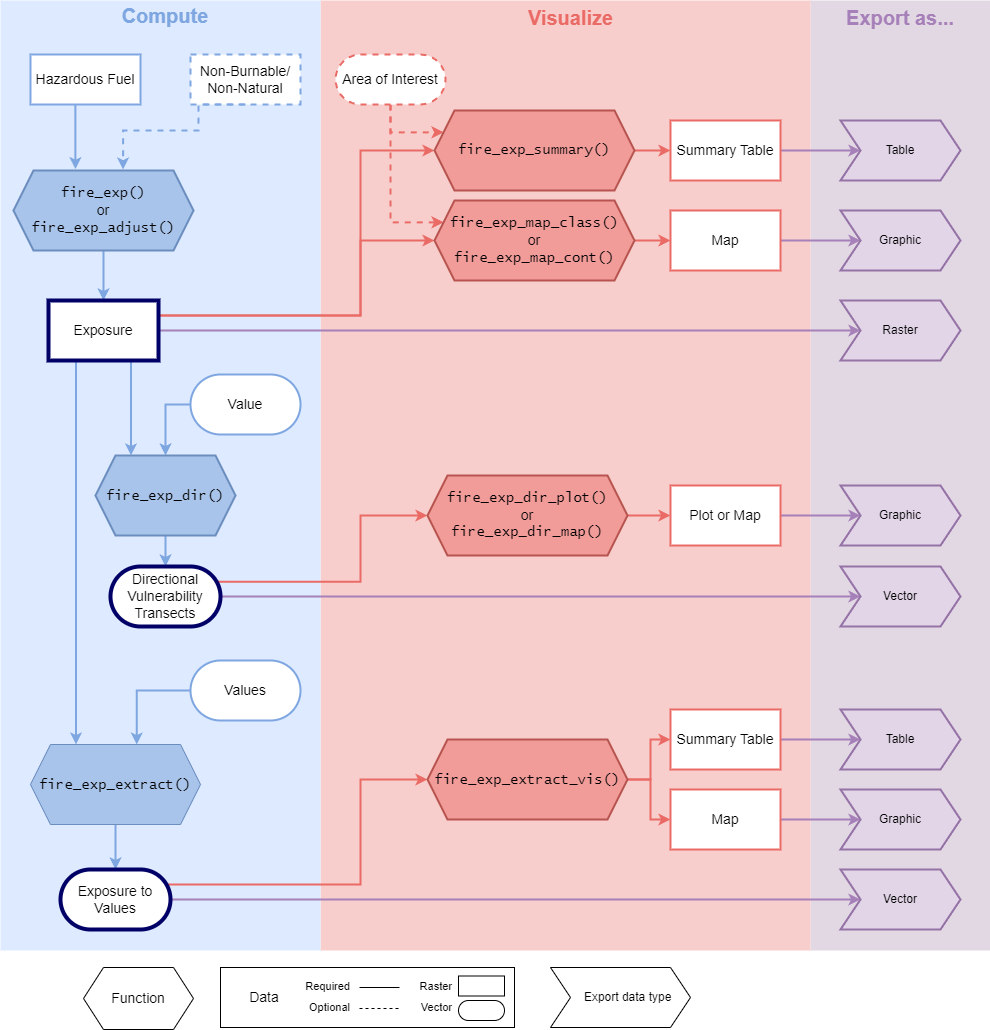
Before: paper/flowchart.png, a diagram exported from draw.io (ropensci/fireexposuR). Source tidied: cells renumbered, new cells last; positions are measured from the earlier drawing's top-left corner, leaving out a move shared by most shapes.
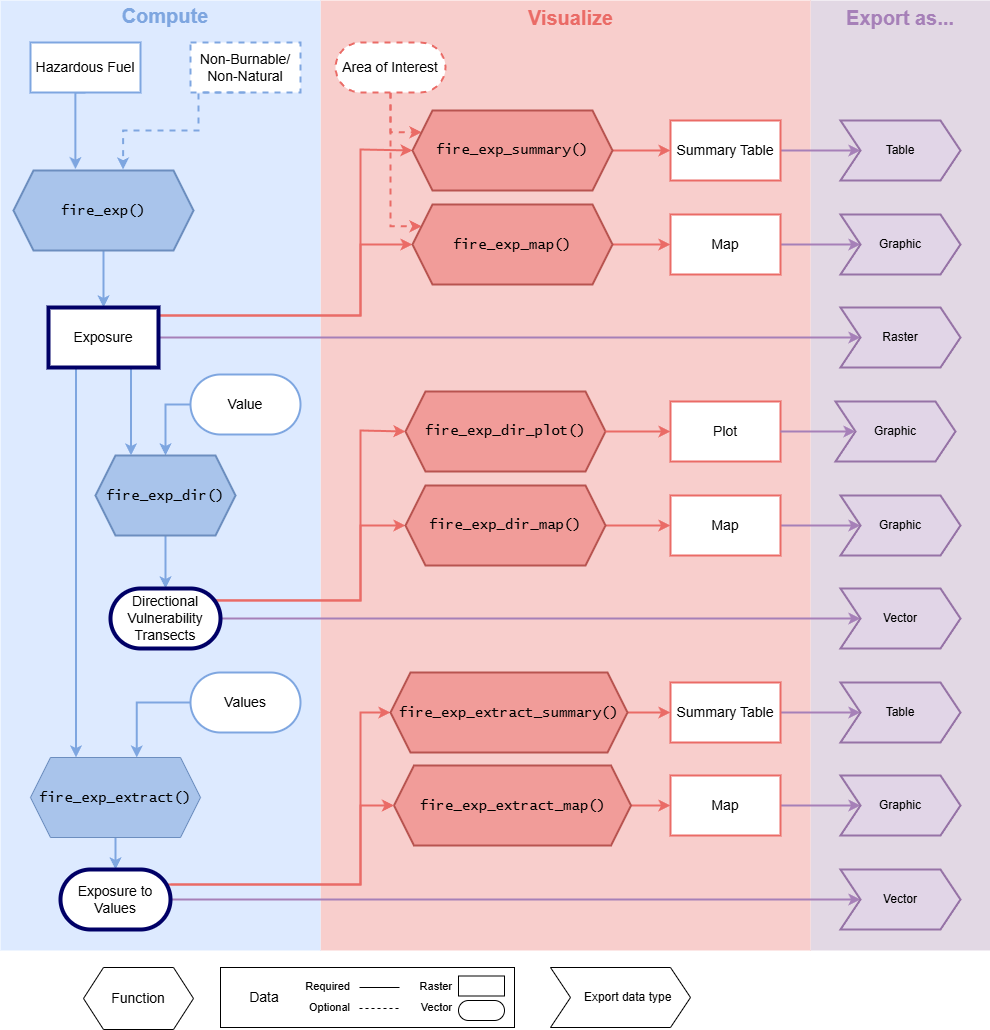
The same diagram one commit later.

Commit message:
update flowchart with new functions

What changed in the source:
```diff
@@ -16,3 +16,3 @@
         <Array as="points">
-          <mxPoint x="75" y="95" />
+          <mxPoint x="75" y="92" />
         </Array>
@@ -21,3 +21,3 @@
     <mxCell id="6" value="Hazardous Fuel" style="rounded=0;whiteSpace=wrap;html=1;strokeColor=#7EA6E0;fontSize=14;strokeWidth=2;gradientColor=none;gradientDirection=west;fillStyle=auto;arcSize=50;" parent="1" vertex="1">
-      <mxGeometry x="30" y="54" width="110" height="50" as="geometry" />
+      <mxGeometry x="30" y="42" width="110" height="50" as="geometry" />
     </mxCell>
@@ -26,4 +26,5 @@
         <Array as="points">
+          <mxPoint x="158" y="315" />
           <mxPoint x="360" y="315" />
-          <mxPoint x="360" y="150" />
+          <mxPoint x="360" y="149" />
         </Array>
@@ -34,4 +35,5 @@
         <Array as="points">
+          <mxPoint x="158" y="315" />
           <mxPoint x="360" y="315" />
-          <mxPoint x="360" y="240" />
+          <mxPoint x="360" y="244" />
         </Array>
@@ -56,3 +58,3 @@
     <mxCell id="12" value="Non-Burnable/ Non-Natural" style="rounded=0;whiteSpace=wrap;html=1;dashed=1;strokeColor=#7EA6E0;fontSize=14;strokeWidth=2;gradientColor=none;gradientDirection=west;fillStyle=auto;arcSize=36;" parent="1" vertex="1">
-      <mxGeometry x="190" y="54" width="110" height="50" as="geometry" />
+      <mxGeometry x="190" y="42" width="110" height="50" as="geometry" />
     </mxCell>
@@ -68,3 +70,3 @@
         <Array as="points">
-          <mxPoint x="390" y="222" />
+          <mxPoint x="390" y="226" />
         </Array>
@@ -73,3 +75,3 @@
     <mxCell id="15" value="Area of Interest" style="rounded=1;whiteSpace=wrap;html=1;dashed=1;strokeColor=#EA6B66;fontSize=14;strokeWidth=2;arcSize=50;" parent="1" vertex="1">
-      <mxGeometry x="335" y="54" width="110" height="50" as="geometry" />
+      <mxGeometry x="335" y="42" width="110" height="50" as="geometry" />
     </mxCell>
@@ -94,3 +96,3 @@
           <mxPoint x="360" y="884" />
-          <mxPoint x="360" y="779" />
+          <mxPoint x="360" y="712" />
         </Array>
@@ -111,3 +113,3 @@
     <mxCell id="25" value="Map" style="rounded=0;whiteSpace=wrap;html=1;strokeColor=#EA6B66;fontSize=14;strokeWidth=2;" parent="1" vertex="1">
-      <mxGeometry x="670" y="210" width="110" height="60" as="geometry" />
+      <mxGeometry x="670" y="214" width="110" height="60" as="geometry" />
     </mxCell>
@@ -123,3 +125,3 @@
     <mxCell id="29" value="Values" style="rounded=1;whiteSpace=wrap;html=1;strokeColor=#7EA6E0;fontSize=14;strokeWidth=2;arcSize=50;" parent="1" vertex="1">
-      <mxGeometry x="190" y="660" width="110" height="60" as="geometry" />
+      <mxGeometry x="190" y="672" width="110" height="60" as="geometry" />
     </mxCell>
@@ -128,4 +130,5 @@
         <Array as="points">
-          <mxPoint x="360" y="581" />
-          <mxPoint x="360" y="515" />
+          <mxPoint x="213" y="600" />
+          <mxPoint x="360" y="600" />
+          <mxPoint x="360" y="525" />
         </Array>
@@ -139,4 +142,4 @@
     </mxCell>
-    <mxCell id="33" value="&lt;font style=&quot;font-size: 14px;&quot;&gt;Plot or Map&lt;/font&gt;" style="rounded=0;whiteSpace=wrap;html=1;strokeColor=#EA6B66;strokeWidth=2;" parent="1" vertex="1">
-      <mxGeometry x="670" y="485" width="110" height="60" as="geometry" />
+    <mxCell id="33" value="&lt;font style=&quot;font-size: 14px;&quot;&gt;Map&lt;/font&gt;" style="rounded=0;whiteSpace=wrap;html=1;strokeColor=#EA6B66;strokeWidth=2;" parent="1" vertex="1">
+      <mxGeometry x="670" y="495" width="110" height="60" as="geometry" />
     </mxCell>
@@ -146,3 +149,3 @@
     <mxCell id="35" value="Summary Table" style="rounded=0;whiteSpace=wrap;html=1;strokeColor=#EA6B66;fontSize=14;strokeWidth=2;" parent="1" vertex="1">
-      <mxGeometry x="670" y="709" width="110" height="60" as="geometry" />
+      <mxGeometry x="670" y="682" width="110" height="60" as="geometry" />
     </mxCell>
@@ -152,3 +155,3 @@
     <mxCell id="37" value="Map" style="rounded=0;whiteSpace=wrap;html=1;strokeColor=#EA6B66;fontSize=14;strokeWidth=2;" parent="1" vertex="1">
-      <mxGeometry x="670" y="789" width="110" height="60" as="geometry" />
+      <mxGeometry x="670" y="775" width="110" height="60" as="geometry" />
     </mxCell>
@@ -170,3 +173,3 @@
     </mxCell>
-    <mxCell id="40" value="&lt;font face=&quot;Lucida Console&quot;&gt;fire_exp()&lt;/font&gt;&lt;div&gt;or&lt;/div&gt;&lt;div&gt;&lt;font face=&quot;Lucida Console&quot;&gt;fire_exp_adjust()&lt;/font&gt;&lt;/div&gt;" style="shape=hexagon;perimeter=hexagonPerimeter2;whiteSpace=wrap;html=1;fixedSize=1;fillColor=#A9C4EB;strokeColor=#6c8ebf;fontSize=14;strokeWidth=2;" parent="1" vertex="1">
+    <mxCell id="40" value="&lt;font face=&quot;Lucida Console&quot;&gt;fire_exp()&lt;/font&gt;" style="shape=hexagon;perimeter=hexagonPerimeter2;whiteSpace=wrap;html=1;fixedSize=1;fillColor=#A9C4EB;strokeColor=#6c8ebf;fontSize=14;strokeWidth=2;" parent="1" vertex="1">
       <mxGeometry x="13" y="170" width="180" height="80" as="geometry" />
@@ -183,22 +186,9 @@
     <mxCell id="44" value="&lt;font face=&quot;Lucida Console&quot;&gt;fire_exp_extract()&lt;/font&gt;" style="shape=hexagon;perimeter=hexagonPerimeter2;whiteSpace=wrap;html=1;fixedSize=1;fillColor=#A9C4EB;strokeColor=#6c8ebf;fontSize=14;" parent="1" vertex="1">
-      <mxGeometry x="30" y="744" width="170" height="80" as="geometry" />
+      <mxGeometry x="30" y="757" width="170" height="80" as="geometry" />
     </mxCell>
-    <mxCell id="45" style="edgeStyle=orthogonalEdgeStyle;rounded=0;jettySize=auto;html=1;strokeColor=#EA6B66;strokeWidth=2;" parent="1" edge="1" source="47" target="35">
-      <mxGeometry relative="1" as="geometry">
-        <Array as="points">
-          <mxPoint x="650" y="779" />
-          <mxPoint x="650" y="739" />
-        </Array>
-      </mxGeometry>
+    <mxCell id="45" style="edgeStyle=orthogonalEdgeStyle;rounded=0;jettySize=auto;html=1;exitX=1;exitY=0.5;exitDx=0;exitDy=0;entryX=0;entryY=0.5;entryDx=0;entryDy=0;strokeColor=#EA6B66;strokeWidth=2;align=center;verticalAlign=middle;fontFamily=Helvetica;fontSize=11;fontColor=default;labelBackgroundColor=default;endArrow=classic;" parent="1" edge="1" source="47" target="35">
+      <mxGeometry relative="1" as="geometry" />
     </mxCell>
-    <mxCell id="46" style="edgeStyle=orthogonalEdgeStyle;rounded=0;jettySize=auto;html=1;strokeColor=#EA6B66;strokeWidth=2;" parent="1" edge="1" source="47" target="37">
-      <mxGeometry relative="1" as="geometry">
-        <Array as="points">
-          <mxPoint x="650" y="779" />
-          <mxPoint x="650" y="819" />
-        </Array>
-      </mxGeometry>
-    </mxCell>
-    <mxCell id="47" value="&lt;font face=&quot;Lucida Console&quot;&gt;fire_exp_extract_vis()&lt;/font&gt;" style="shape=hexagon;perimeter=hexagonPerimeter2;whiteSpace=wrap;html=1;fixedSize=1;fillColor=#F19C99;strokeColor=#b85450;fontSize=14;strokeWidth=2;" parent="1" vertex="1">
-      <mxGeometry x="427" y="739" width="200" height="80" as="geometry" />
+    <mxCell id="47" value="&lt;font face=&quot;Lucida Console&quot;&gt;fire_exp_extract_summary()&lt;/font&gt;" style="shape=hexagon;perimeter=hexagonPerimeter2;whiteSpace=wrap;html=1;fixedSize=1;fillColor=#F19C99;strokeColor=#b85450;fontSize=14;strokeWidth=2;" parent="1" vertex="1">
+      <mxGeometry x="390" y="672" width="237" height="80" as="geometry" />
     </mxCell>
@@ -207,4 +197,4 @@
     </mxCell>
-    <mxCell id="49" value="&lt;font face=&quot;Lucida Console&quot; style=&quot;font-size: 14px;&quot;&gt;fire_exp_dir_plot()&lt;/font&gt;&lt;div&gt;&lt;font style=&quot;font-size: 14px;&quot;&gt;or&lt;/font&gt;&lt;/div&gt;&lt;div&gt;&lt;font style=&quot;font-size: 14px;&quot; face=&quot;Lucida Console&quot;&gt;fire_exp_dir_map()&lt;/font&gt;&lt;/div&gt;" style="shape=hexagon;perimeter=hexagonPerimeter2;whiteSpace=wrap;html=1;fixedSize=1;fillColor=#F19C99;strokeColor=#b85450;strokeWidth=2;" parent="1" vertex="1">
-      <mxGeometry x="427" y="475" width="200" height="80" as="geometry" />
+    <mxCell id="49" value="&lt;div&gt;&lt;font style=&quot;font-size: 14px;&quot; face=&quot;Lucida Console&quot;&gt;fire_exp_dir_map()&lt;/font&gt;&lt;/div&gt;" style="shape=hexagon;perimeter=hexagonPerimeter2;whiteSpace=wrap;html=1;fixedSize=1;fillColor=#F19C99;strokeColor=#b85450;strokeWidth=2;" parent="1" vertex="1">
+      <mxGeometry x="405" y="485" width="200" height="80" as="geometry" />
     </mxCell>
@@ -214,3 +204,3 @@
     <mxCell id="51" value="&lt;font style=&quot;font-size: 14px;&quot; face=&quot;Lucida Console&quot;&gt;fire_exp_summary()&lt;/font&gt;" style="shape=hexagon;perimeter=hexagonPerimeter2;whiteSpace=wrap;html=1;fixedSize=1;fillColor=#F19C99;strokeColor=#b85450;strokeWidth=2;" parent="1" vertex="1">
-      <mxGeometry x="434" y="110" width="200" height="80" as="geometry" />
+      <mxGeometry x="412" y="110" width="200" height="80" as="geometry" />
     </mxCell>
@@ -219,4 +209,4 @@
     </mxCell>
-    <mxCell id="53" value="&lt;font face=&quot;Lucida Console&quot;&gt;fire_exp_map_class()&lt;/font&gt;&lt;div&gt;or&lt;/div&gt;&lt;div&gt;&lt;font face=&quot;Lucida Console&quot;&gt;fire_exp_map_cont()&lt;/font&gt;&lt;/div&gt;" style="shape=hexagon;perimeter=hexagonPerimeter2;whiteSpace=wrap;html=1;fixedSize=1;fillColor=#F19C99;strokeColor=#b85450;fontSize=14;strokeWidth=2;" parent="1" vertex="1">
-      <mxGeometry x="434" y="200" width="200" height="80" as="geometry" />
+    <mxCell id="53" value="&lt;font face=&quot;Lucida Console&quot;&gt;fire_exp_map()&lt;/font&gt;" style="shape=hexagon;perimeter=hexagonPerimeter2;whiteSpace=wrap;html=1;fixedSize=1;fillColor=#F19C99;strokeColor=#b85450;fontSize=14;strokeWidth=2;" parent="1" vertex="1">
+      <mxGeometry x="412" y="204" width="200" height="80" as="geometry" />
     </mxCell>
@@ -234,7 +224,4 @@
     <mxCell id="56" value="Exposure" style="rounded=0;whiteSpace=wrap;html=1;strokeColor=#000066;fontSize=14;strokeWidth=4;gradientColor=none;gradientDirection=west;fillStyle=auto;arcSize=43;" parent="1" vertex="1">
-      <mxGeometry x="48" y="300" width="110" height="60" as="geometry" />
+      <mxGeometry x="48" y="307" width="110" height="60" as="geometry" />
     </mxCell>
-    <mxCell id="57" value="Directional Vulnerability Transects" style="rounded=1;whiteSpace=wrap;html=1;strokeColor=#000066;fontSize=14;strokeWidth=4;arcSize=50;" parent="1" vertex="1">
-      <mxGeometry x="110" y="566" width="110" height="60" as="geometry" />
-    </mxCell>
     <mxCell id="58" value="Exposure to Values" style="rounded=1;whiteSpace=wrap;html=1;strokeColor=#000066;fontSize=14;strokeWidth=4;arcSize=50;" parent="1" vertex="1">
@@ -282,15 +269,15 @@
     <mxCell id="70" value="Graphic" style="shape=step;perimeter=stepPerimeter;whiteSpace=wrap;html=1;fixedSize=1;fillColor=#e1d5e7;strokeColor=#9673a6;strokeWidth=2;rounded=0;" parent="1" vertex="1">
-      <mxGeometry x="840" y="210" width="120" height="60" as="geometry" />
+      <mxGeometry x="840" y="214" width="120" height="60" as="geometry" />
     </mxCell>
     <mxCell id="71" value="Raster" style="shape=step;perimeter=stepPerimeter;whiteSpace=wrap;html=1;fixedSize=1;fillColor=#e1d5e7;strokeColor=#9673a6;strokeWidth=2;rounded=0;" parent="1" vertex="1">
-      <mxGeometry x="840" y="300" width="120" height="60" as="geometry" />
+      <mxGeometry x="840" y="307" width="120" height="60" as="geometry" />
     </mxCell>
     <mxCell id="72" value="Table" style="shape=step;perimeter=stepPerimeter;whiteSpace=wrap;html=1;fixedSize=1;fillColor=#e1d5e7;strokeColor=#9673a6;strokeWidth=2;rounded=0;" parent="1" vertex="1">
-      <mxGeometry x="840" y="709" width="120" height="60" as="geometry" />
+      <mxGeometry x="840" y="682" width="120" height="60" as="geometry" />
     </mxCell>
     <mxCell id="73" value="Vector" style="shape=step;perimeter=stepPerimeter;whiteSpace=wrap;html=1;fixedSize=1;fillColor=#e1d5e7;strokeColor=#9673a6;strokeWidth=2;rounded=0;" parent="1" vertex="1">
-      <mxGeometry x="840" y="566" width="120" height="60" as="geometry" />
+      <mxGeometry x="840" y="588" width="120" height="60" as="geometry" />
     </mxCell>
     <mxCell id="74" value="Graphic" style="shape=step;perimeter=stepPerimeter;whiteSpace=wrap;html=1;fixedSize=1;fillColor=#e1d5e7;strokeColor=#9673a6;strokeWidth=2;rounded=0;" parent="1" vertex="1">
-      <mxGeometry x="840" y="485" width="120" height="60" as="geometry" />
+      <mxGeometry x="840" y="495" width="120" height="60" as="geometry" />
     </mxCell>
@@ -300,3 +287,3 @@
     <mxCell id="76" value="Graphic" style="shape=step;perimeter=stepPerimeter;whiteSpace=wrap;html=1;fixedSize=1;fillColor=#e1d5e7;strokeColor=#9673a6;strokeWidth=2;rounded=0;" parent="1" vertex="1">
-      <mxGeometry x="840" y="789" width="120" height="60" as="geometry" />
+      <mxGeometry x="840" y="775" width="120" height="60" as="geometry" />
     </mxCell>
@@ -305,2 +292,43 @@
     </mxCell>
+    <mxCell id="78" style="edgeStyle=orthogonalEdgeStyle;rounded=0;jettySize=auto;html=1;exitX=1;exitY=0.5;exitDx=0;exitDy=0;strokeColor=#EA6B66;strokeWidth=2;align=center;verticalAlign=middle;fontFamily=Helvetica;fontSize=11;fontColor=default;labelBackgroundColor=default;endArrow=classic;" parent="1" edge="1" source="79" target="37">
+      <mxGeometry relative="1" as="geometry" />
+    </mxCell>
+    <mxCell id="79" value="&lt;font face=&quot;Lucida Console&quot;&gt;fire_exp_extract_map()&lt;/font&gt;" style="shape=hexagon;perimeter=hexagonPerimeter2;whiteSpace=wrap;html=1;fixedSize=1;fillColor=#F19C99;strokeColor=#b85450;fontSize=14;strokeWidth=2;" parent="1" vertex="1">
+      <mxGeometry x="393.5" y="765" width="237" height="80" as="geometry" />
+    </mxCell>
+    <mxCell id="80" value="&lt;font style=&quot;font-size: 14px;&quot;&gt;Plot&lt;/font&gt;" style="rounded=0;whiteSpace=wrap;html=1;strokeColor=#EA6B66;strokeWidth=2;" parent="1" vertex="1">
+      <mxGeometry x="670" y="401" width="110" height="60" as="geometry" />
+    </mxCell>
+    <mxCell id="81" value="&lt;font face=&quot;Lucida Console&quot; style=&quot;font-size: 14px;&quot;&gt;fire_exp_dir_plot()&lt;/font&gt;" style="shape=hexagon;perimeter=hexagonPerimeter2;whiteSpace=wrap;html=1;fixedSize=1;fillColor=#F19C99;strokeColor=#b85450;strokeWidth=2;" parent="1" vertex="1">
+      <mxGeometry x="405" y="391" width="200" height="80" as="geometry" />
+    </mxCell>
+    <mxCell id="82" style="endArrow=classic;html=1;rounded=0;exitX=1;exitY=0.25;exitDx=0;exitDy=0;entryX=0;entryY=0.5;entryDx=0;entryDy=0;strokeColor=#EA6B66;strokeWidth=2;align=center;verticalAlign=middle;fontFamily=Helvetica;fontSize=11;fontColor=default;labelBackgroundColor=default;" parent="1" edge="1" source="58" target="79">
+      <mxGeometry relative="1" as="geometry">
+        <Array as="points">
+          <mxPoint x="360" y="884" />
+          <mxPoint x="360" y="805" />
+        </Array>
+      </mxGeometry>
+    </mxCell>
+    <mxCell id="83" style="rounded=0;jettySize=auto;html=1;strokeColor=#EA6B66;entryX=0;entryY=0.5;entryDx=0;entryDy=0;edgeStyle=orthogonalEdgeStyle;strokeWidth=2;exitX=0.935;exitY=0.198;exitDx=0;exitDy=0;exitPerimeter=0;" parent="1" edge="1" source="57" target="81">
+      <mxGeometry relative="1" as="geometry">
+        <Array as="points">
+          <mxPoint x="360" y="600" />
+          <mxPoint x="360" y="430" />
+          <mxPoint x="405" y="430" />
+        </Array>
+      </mxGeometry>
+    </mxCell>
+    <mxCell id="84" value="Graphic" style="shape=step;perimeter=stepPerimeter;whiteSpace=wrap;html=1;fixedSize=1;fillColor=#e1d5e7;strokeColor=#9673a6;strokeWidth=2;rounded=0;" parent="1" vertex="1">
+      <mxGeometry x="835" y="401" width="120" height="60" as="geometry" />
+    </mxCell>
+    <mxCell id="57" value="Directional Vulnerability Transects" style="rounded=1;whiteSpace=wrap;html=1;strokeColor=#000066;fontSize=14;strokeWidth=4;arcSize=50;" parent="1" vertex="1">
+      <mxGeometry x="110" y="588" width="110" height="60" as="geometry" />
+    </mxCell>
+    <mxCell id="85" style="edgeStyle=orthogonalEdgeStyle;rounded=0;jettySize=auto;html=1;strokeColor=#A680B8;strokeWidth=2;exitX=1;exitY=0.5;exitDx=0;exitDy=0;entryX=0;entryY=0.5;entryDx=0;entryDy=0;" parent="1" edge="1" source="80" target="84">
+      <mxGeometry relative="1" as="geometry" />
+    </mxCell>
+    <mxCell id="86" style="edgeStyle=orthogonalEdgeStyle;rounded=0;jettySize=auto;html=1;strokeColor=#EA6B66;exitX=1;exitY=0.5;exitDx=0;exitDy=0;strokeWidth=2;entryX=0;entryY=0.5;entryDx=0;entryDy=0;" parent="1" edge="1" source="81" target="80">
+      <mxGeometry relative="1" as="geometry" />
+    </mxCell>
   </root>
```
